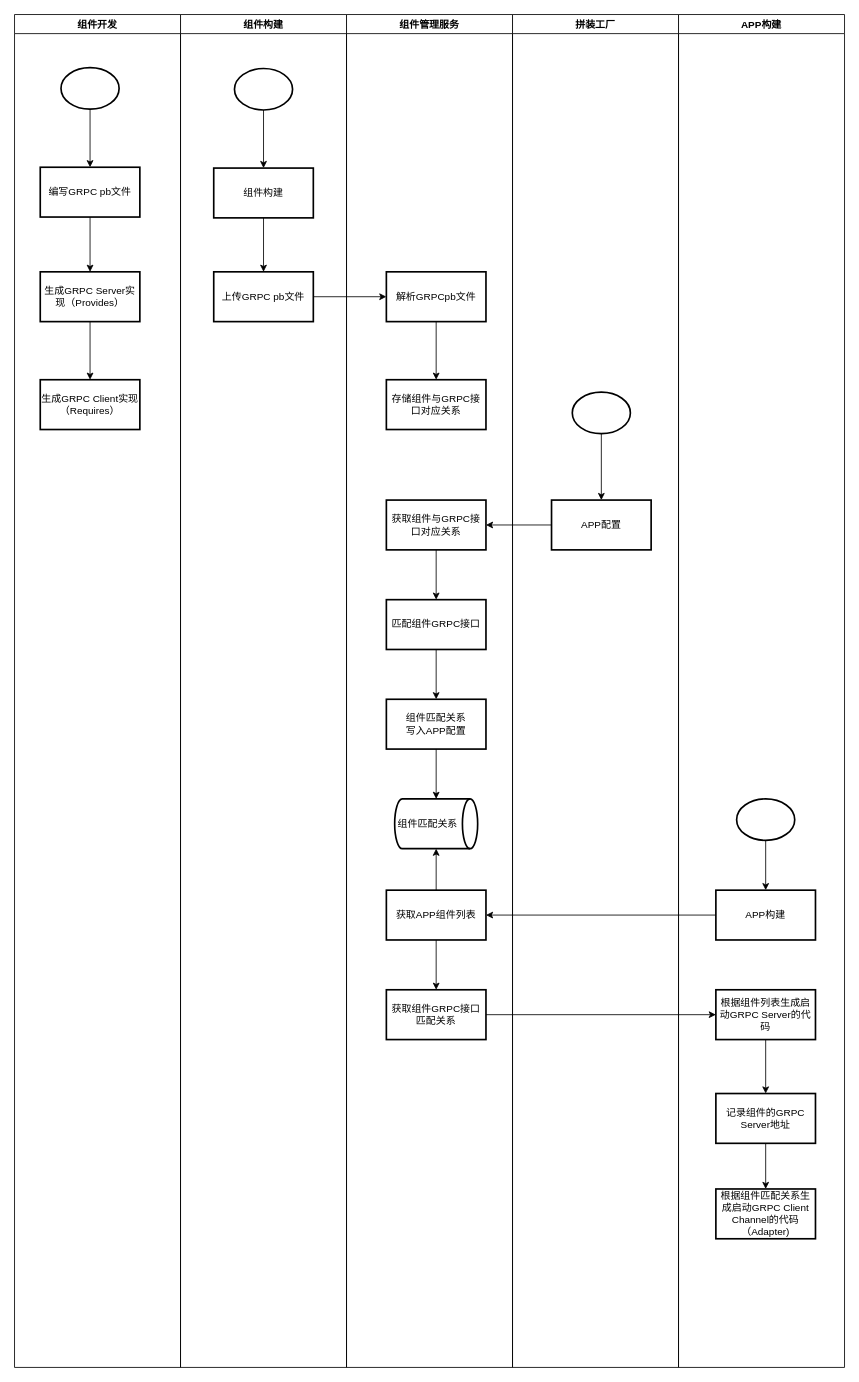
The draw.io diagram page "grpc接口治理" (22 of 22) of nd-apf.drawio in kwhitestone/drawio, before the edit. Source tidied: cells renumbered, new cells numbered last; positions are measured from the earlier drawing's top-left corner, leaving out a move shared by most shapes. Both pictures are drawn from the tidied source at 83%, with x=0, y=0 at pixel (14, 14).
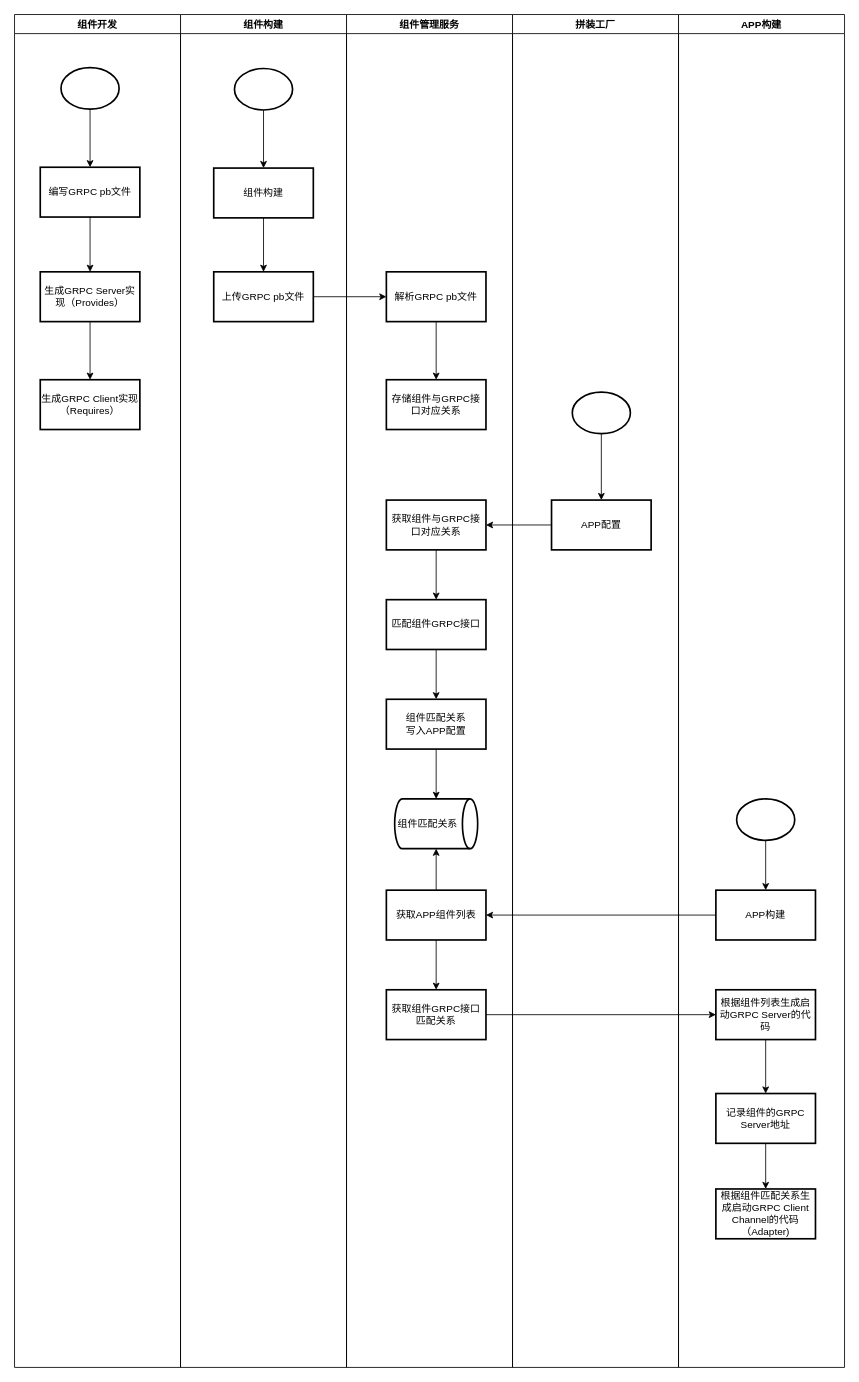
The same diagram, later.

The change refers to these unchanged cells:
```xml
<mxCell id="32" value="组件管理服务" style="swimlane;" parent="1" vertex="1">
  <mxGeometry x="400" width="200" height="1630" as="geometry" />
</mxCell>
```

Change to the diagram source:
```diff
@@
-    <mxCell id="33" value="解析GRPCpb文件" style="whiteSpace=wrap;html=1;strokeWidth=2;" parent="32" vertex="1">
+    <mxCell id="33" value="解析GRPC pb文件" style="whiteSpace=wrap;html=1;strokeWidth=2;" parent="32" vertex="1">
       <mxGeometry x="48" y="310" width="120" height="60" as="geometry" />
     </mxCell>
```
